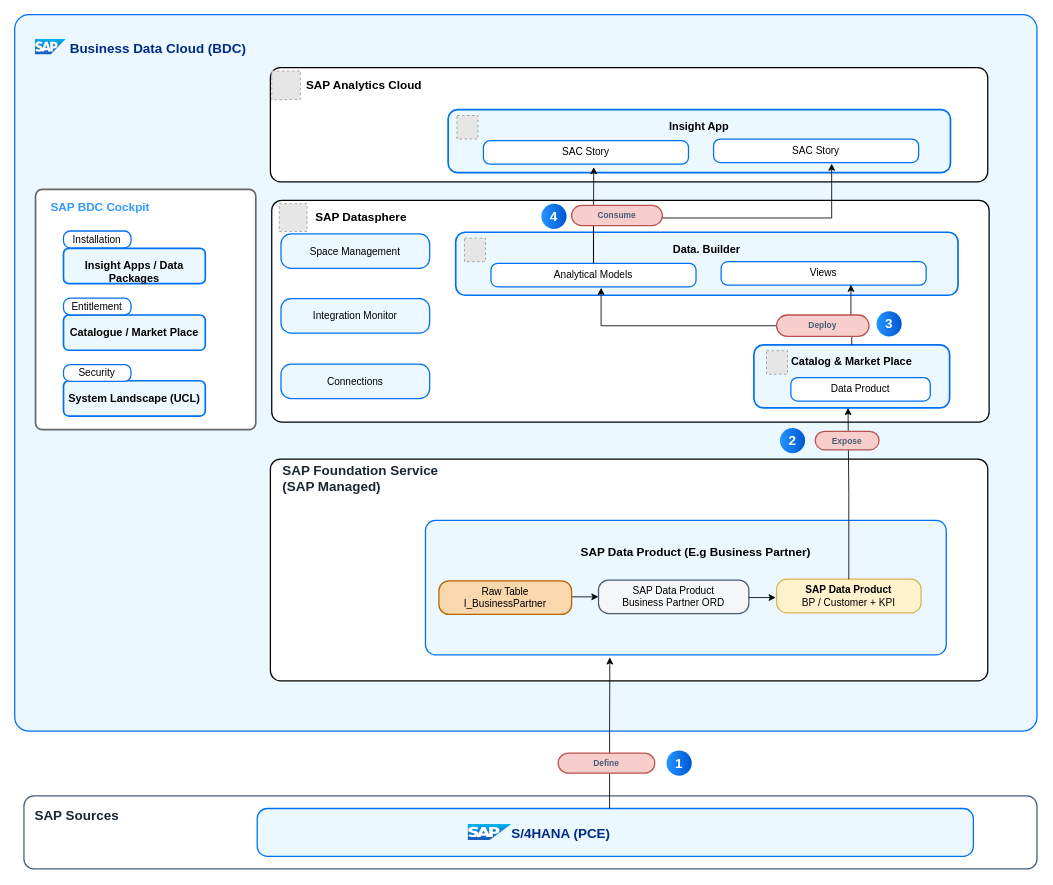
Before: docs/ref-arch/RA0013/3-insight-apps-greenfield-bdc/drawio/sap-managed-insight-app.drawio in SAP/architecture-center, a draw.io diagram. Source tidied: cells renumbered, new cells numbered last; positions are measured from the earlier drawing's top-left corner, leaving out a move shared by most shapes. Both pictures are drawn from the tidied source at 84%, with x=0, y=0 at pixel (14, 14). Pictures stored in the file or linked from it are replaced by grey dashed boxes.
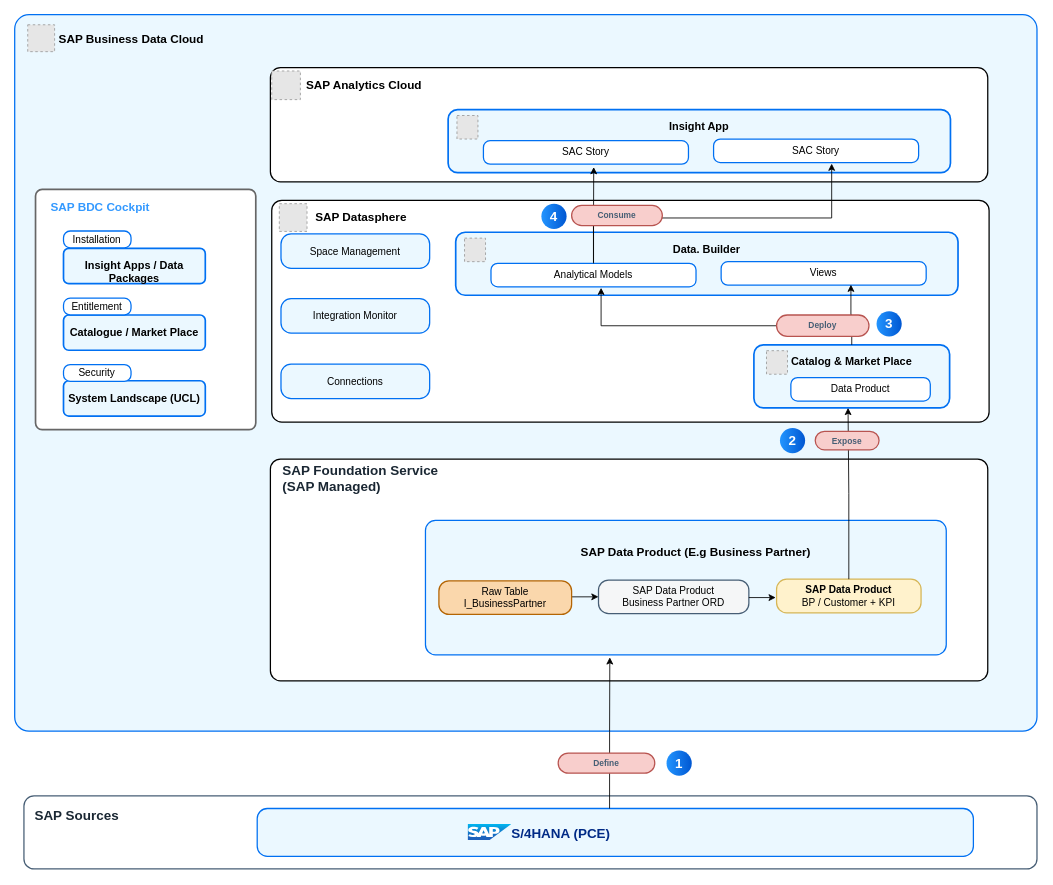
After the change.

Unchanged cells that the change refers to:
```xml
<mxCell id="2" style="group;" parent="1" vertex="1">
  <mxGeometry width="1217" height="1017" as="geometry" />
</mxCell>
```

Diff of the diagram source:
```diff
@@
-    <mxCell id="16" value=" Business Data Cloud (BDC)" style="image;image=img/lib/sap/SAP_Logo.svg;editableCssRules=.*;verticalLabelPosition=middle;labelBackgroundColor=none;verticalAlign=middle;imageAspect=0;labelPosition=right;align=left;fontSize=16;fontStyle=1;spacingLeft=0;fontColor=#002A86;spacing=0;" parent="2" vertex="1">
-      <mxGeometry x="24.5" y="29" width="37" height="19" as="geometry" />
-    </mxCell>
@@
+    <mxCell id="71" style="group;" parent="2" vertex="1">
+      <mxGeometry x="15.5" y="12" width="219.6" height="32" as="geometry" />
+    </mxCell>
+    <mxCell id="72" style="fillColor=#E6E6E6;strokeColor=#999999;dashed=1;verticalLabelPosition=bottom;labelBackgroundColor=default;verticalAlign=top;fontSize=12;fontColor=#1D2D3E;fontStyle=0;" parent="71" vertex="1">
+      <mxGeometry width="32" height="32" as="geometry" />
+    </mxCell>
+    <mxCell id="73" value="&lt;b style=&quot;font-size: 14px;&quot;&gt;SAP Business Data Cloud&lt;/b&gt;" style="text;html=1;strokeColor=none;fillColor=none;align=center;verticalAlign=middle;whiteSpace=wrap;rounded=0;fontSize=14;fontColor=#000000;opacity=0;" parent="71" vertex="1">
+      <mxGeometry x="26" y="2" width="193.6" height="30" as="geometry" />
+    </mxCell>
```
